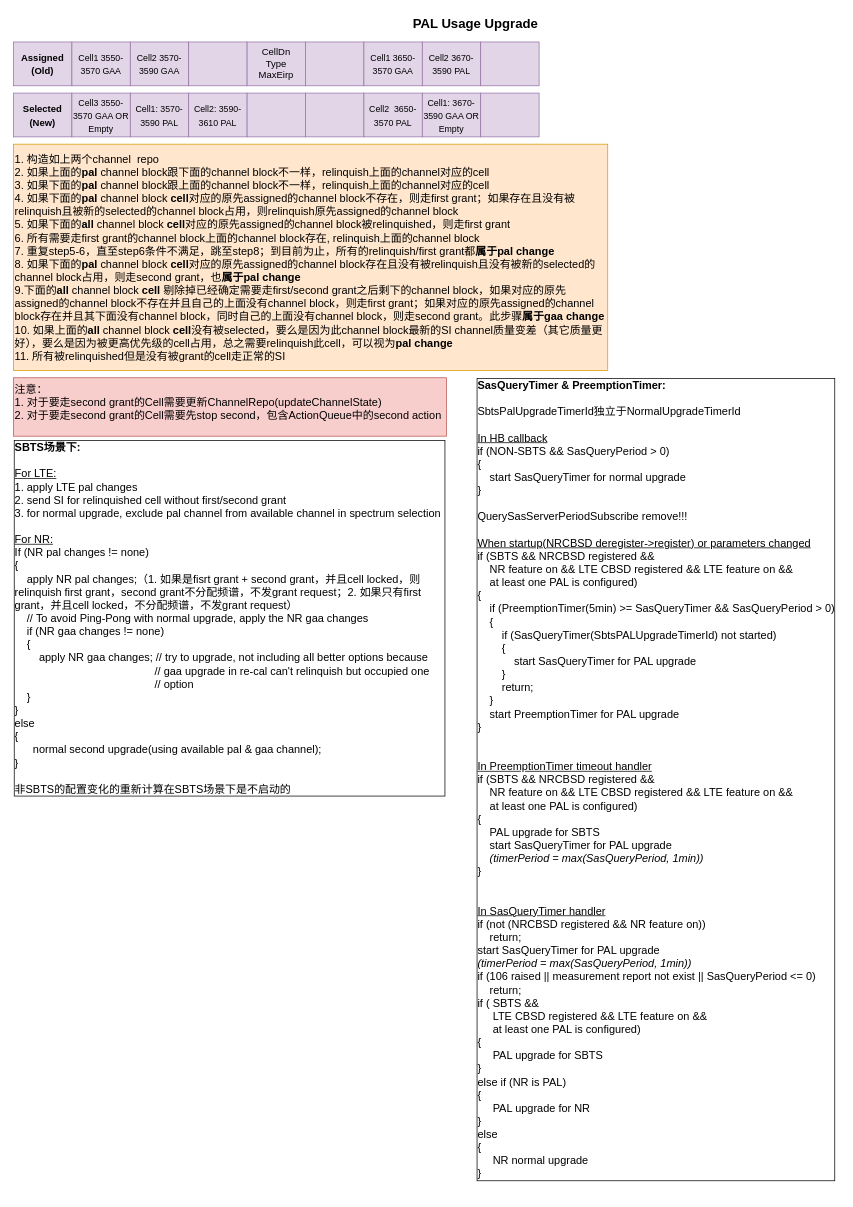
Before: Pal_Change_Algorithm.drawio in xdlhzdh/drawio, a draw.io diagram. Source tidied: cells renumbered, new cells numbered last; positions are measured from the earlier drawing's top-left corner, leaving out a move shared by most shapes. Both pictures are drawn from the tidied source at 73%, with x=0, y=0 at pixel (12, 12).
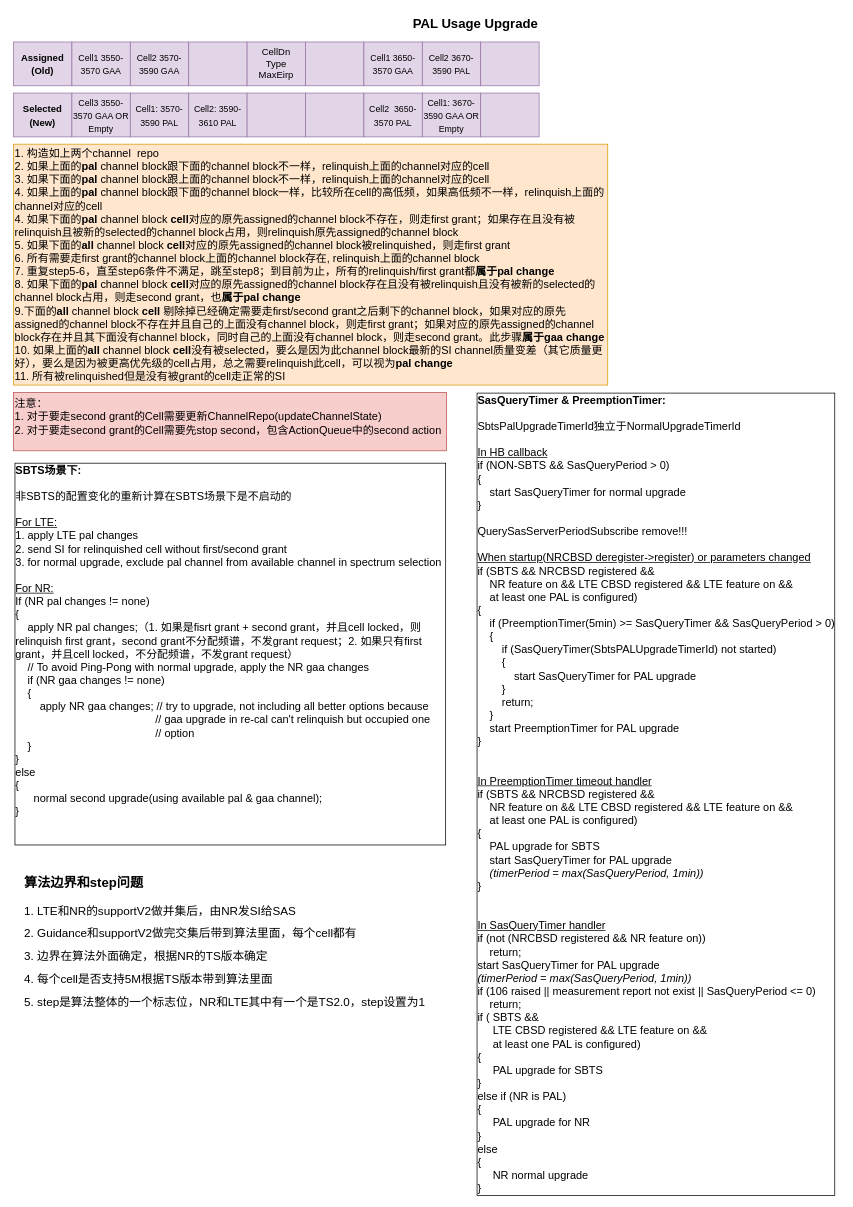
The same page after the edit.

Diff of the diagram source:
```diff
@@
-    <mxCell id="2" value="1. 构造如上两个channel&amp;nbsp; repo&lt;br&gt;2. 如果上面的&lt;b&gt;pal &lt;/b&gt;channel block跟下面的channel block不一样，relinquish上面的channel对应的cell&lt;br&gt;3. 如果下面的&lt;b&gt;pal &lt;/b&gt;channel block跟上面的channel block不一样，relinquish上面的channel对应的cell&lt;br&gt;4. 如果下面的&lt;b&gt;pal &lt;/b&gt;channel block &lt;b&gt;cell&lt;/b&gt;对应的原先assigned的channel block不存在，则走first grant；如果存在且没有被relinquish且被新的selected的channel block占用，则relinquish原先assigned的channel block&lt;br&gt;5. 如果下面的&lt;b&gt;all &lt;/b&gt;channel block &lt;b&gt;cell&lt;/b&gt;对应的原先assigned的channel block被relinquished，则走first grant&lt;br&gt;6. 所有需要走first grant的channel block上面的channel block存在, relinquish上面的channel block&lt;br&gt;7. 重复step5-6，直至step6条件不满足，跳至step8；到目前为止，所有的relinquish/first grant都&lt;b&gt;属于pal change&lt;/b&gt;&lt;br&gt;8. 如果下面的&lt;b&gt;pal &lt;/b&gt;channel block &lt;b&gt;cell&lt;/b&gt;对应的原先assigned的channel block存在且没有被relinquish且没有被新的selected的channel block占用，则走second grant，也&lt;b&gt;属于pal change&lt;/b&gt;&lt;br&gt;9.下面的&lt;b&gt;all &lt;/b&gt;channel block &lt;b&gt;cell &lt;/b&gt;剔除掉已经确定需要走first/second grant之后剩下的channel block，如果对应的原先assigned的channel block不存在并且自己的上面没有channel block，则走first grant；如果对应的原先assigned的channel block存在并且其下面没有channel block，同时自己的上面没有channel block，则走second grant。此步骤&lt;b&gt;属于gaa change&lt;/b&gt;&lt;br&gt;10. 如果上面的&lt;b&gt;all&amp;nbsp;&lt;/b&gt;channel block &lt;b&gt;cell&lt;/b&gt;没有被selected，要么是因为此channel block最新的SI channel质量变差（其它质量更好），要么是因为被更高优先级的cell占用，总之需要relinquish此cell，可以视为&lt;b&gt;pal change&lt;/b&gt;&lt;br&gt;11. 所有被relinquished但是没有被grant的cell走正常的SI" style="rounded=0;whiteSpace=wrap;html=1;align=left;fontSize=15;fillColor=#ffe6cc;strokeColor=#d79b00;fontFamily=Helvetica;" parent="1" vertex="1">
-      <mxGeometry x="1" y="180" width="814" height="310" as="geometry" />
+    <mxCell id="2" value="1. 构造如上两个channel&amp;nbsp; repo&lt;br&gt;2. 如果上面的&lt;b&gt;pal &lt;/b&gt;channel block跟下面的channel block不一样，relinquish上面的channel对应的cell&lt;br&gt;3. 如果下面的&lt;b&gt;pal &lt;/b&gt;channel block跟上面的channel block不一样，relinquish上面的channel对应的cell&lt;br&gt;4. 如果上面的&lt;b&gt;pal &lt;/b&gt;channel block跟下面的channel block一样，比较所在cell的高低频，如果高低频不一样，relinquish上面的channel对应的cell&lt;br&gt;4. 如果下面的&lt;b&gt;pal &lt;/b&gt;channel block &lt;b&gt;cell&lt;/b&gt;对应的原先assigned的channel block不存在，则走first grant；如果存在且没有被relinquish且被新的selected的channel block占用，则relinquish原先assigned的channel block&lt;br&gt;5. 如果下面的&lt;b&gt;all &lt;/b&gt;channel block &lt;b&gt;cell&lt;/b&gt;对应的原先assigned的channel block被relinquished，则走first grant&lt;br&gt;6. 所有需要走first grant的channel block上面的channel block存在, relinquish上面的channel block&lt;br&gt;7. 重复step5-6，直至step6条件不满足，跳至step8；到目前为止，所有的relinquish/first grant都&lt;b&gt;属于pal change&lt;/b&gt;&lt;br&gt;8. 如果下面的&lt;b&gt;pal &lt;/b&gt;channel block &lt;b&gt;cell&lt;/b&gt;对应的原先assigned的channel block存在且没有被relinquish且没有被新的selected的channel block占用，则走second grant，也&lt;b&gt;属于pal change&lt;/b&gt;&lt;br&gt;9.下面的&lt;b&gt;all &lt;/b&gt;channel block &lt;b&gt;cell &lt;/b&gt;剔除掉已经确定需要走first/second grant之后剩下的channel block，如果对应的原先assigned的channel block不存在并且自己的上面没有channel block，则走first grant；如果对应的原先assigned的channel block存在并且其下面没有channel block，同时自己的上面没有channel block，则走second grant。此步骤&lt;b&gt;属于gaa change&lt;/b&gt;&lt;br&gt;10. 如果上面的&lt;b&gt;all&amp;nbsp;&lt;/b&gt;channel block &lt;b&gt;cell&lt;/b&gt;没有被selected，要么是因为此channel block最新的SI channel质量变差（其它质量更好），要么是因为被更高优先级的cell占用，总之需要relinquish此cell，可以视为&lt;b&gt;pal change&lt;/b&gt;&lt;br&gt;11. 所有被relinquished但是没有被grant的cell走正常的SI" style="rounded=0;whiteSpace=wrap;html=1;align=left;fontSize=15;fillColor=#ffe6cc;strokeColor=#d79b00;fontFamily=Helvetica;" parent="1" vertex="1">
+      <mxGeometry x="1" y="180" width="814" height="330" as="geometry" />
     </mxCell>
@@
     <mxCell id="22" value="&lt;font style=&quot;font-size: 15px&quot;&gt;注意：&lt;br&gt;1. 对于要走second grant的Cell需要更新ChannelRepo(updateChannelState)&lt;br&gt;2. 对于要走second grant的Cell需要先stop second，包含ActionQueue中的second action&lt;br&gt;&lt;/font&gt;" style="text;html=1;strokeColor=#b85450;fillColor=#f8cecc;align=left;verticalAlign=top;whiteSpace=wrap;rounded=0;fontSize=14;fontFamily=Helvetica;" parent="1" vertex="1">
-      <mxGeometry x="1" y="500" width="593" height="80" as="geometry" />
+      <mxGeometry x="1" y="520" width="593" height="80" as="geometry" />
     </mxCell>
-    <mxCell id="23" value="&lt;font style=&quot;font-size: 15px;&quot;&gt;&lt;font style=&quot;font-size: 15px;&quot;&gt;&lt;b style=&quot;&quot;&gt;SBTS场景下:&lt;/b&gt;&lt;br style=&quot;&quot;&gt;&lt;br&gt;&lt;u style=&quot;&quot;&gt;For LTE:&lt;/u&gt;&lt;br style=&quot;&quot;&gt;1. apply LTE pal changes&lt;br style=&quot;&quot;&gt;2. send SI for relinquished cell without first/second grant&lt;br style=&quot;&quot;&gt;3. for normal upgrade, exclude pal channel from available channel in spectrum selection&amp;nbsp;&lt;br style=&quot;&quot;&gt;&lt;br style=&quot;&quot;&gt;&lt;u style=&quot;&quot;&gt;For NR:&lt;/u&gt;&lt;/font&gt;&lt;br style=&quot;&quot;&gt;If (NR pal changes != none)&lt;br style=&quot;&quot;&gt;{&lt;br style=&quot;&quot;&gt;&amp;nbsp; &amp;nbsp; apply NR pal changes;（1. 如果是fisrt grant + second grant，并且cell locked，则relinquish first grant，second grant不分配频谱，不发grant request；2. 如果只有first grant，并且cell locked，不分配频谱，不发grant request）&lt;br&gt;&amp;nbsp; &amp;nbsp; // To avoid Ping-Pong with normal upgrade, apply the&amp;nbsp;NR gaa changes&lt;br style=&quot;&quot;&gt;&amp;nbsp; &amp;nbsp; if (NR gaa changes != none)&lt;br style=&quot;&quot;&gt;&amp;nbsp; &amp;nbsp; {&lt;br style=&quot;&quot;&gt;&amp;nbsp; &amp;nbsp; &amp;nbsp; &amp;nbsp; apply NR gaa changes; // try to upgrade, not including all better options because&amp;nbsp;&lt;br&gt;&amp;nbsp; &amp;nbsp; &amp;nbsp; &amp;nbsp; &amp;nbsp; &amp;nbsp; &amp;nbsp; &amp;nbsp; &amp;nbsp; &amp;nbsp; &amp;nbsp; &amp;nbsp; &amp;nbsp; &amp;nbsp; &amp;nbsp; &amp;nbsp; &amp;nbsp; &amp;nbsp; &amp;nbsp; &amp;nbsp; &amp;nbsp; &amp;nbsp; &amp;nbsp; // gaa upgrade in re-cal can't relinquish but occupied one&amp;nbsp; &amp;nbsp; &amp;nbsp; &amp;nbsp; &amp;nbsp; &amp;nbsp; &amp;nbsp; &amp;nbsp; &amp;nbsp; &amp;nbsp; &amp;nbsp; &amp;nbsp; &amp;nbsp; &amp;nbsp; &amp;nbsp; &amp;nbsp; &amp;nbsp; &amp;nbsp; &amp;nbsp; &amp;nbsp; &amp;nbsp; &amp;nbsp; &amp;nbsp; &amp;nbsp; &amp;nbsp; &amp;nbsp; // option&lt;br style=&quot;&quot;&gt;&amp;nbsp; &amp;nbsp; }&lt;br style=&quot;&quot;&gt;}&lt;br style=&quot;&quot;&gt;else&lt;br style=&quot;&quot;&gt;{&lt;br style=&quot;&quot;&gt;&amp;nbsp; &amp;nbsp; &amp;nbsp; normal second upgrade(using available pal &amp;amp; gaa channel);&lt;br style=&quot;&quot;&gt;}&lt;br&gt;&lt;br&gt;非SBTS的配置变化的重新计算在SBTS场景下是不启动的&lt;br&gt;&lt;/font&gt;" style="text;html=1;strokeColor=none;fillColor=none;align=left;verticalAlign=top;whiteSpace=wrap;rounded=0;fontSize=14;fontFamily=Helvetica;labelBorderColor=default;labelBackgroundColor=none;sketch=0;shadow=0;glass=0;" parent="1" vertex="1">
-      <mxGeometry x="-0.5" y="579" width="593" height="511" as="geometry" />
+    <mxCell id="23" value="&lt;font style=&quot;font-size: 15px;&quot;&gt;&lt;font style=&quot;font-size: 15px;&quot;&gt;&lt;b style=&quot;&quot;&gt;SBTS场景下:&lt;/b&gt;&lt;br style=&quot;&quot;&gt;&lt;br&gt;非SBTS的配置变化的重新计算在SBTS场景下是不启动的&lt;br&gt;&lt;br&gt;&lt;u style=&quot;&quot;&gt;For LTE:&lt;/u&gt;&lt;br style=&quot;&quot;&gt;1. apply LTE pal changes&lt;br style=&quot;&quot;&gt;2. send SI for relinquished cell without first/second grant&lt;br style=&quot;&quot;&gt;3. for normal upgrade, exclude pal channel from available channel in spectrum selection&amp;nbsp;&lt;br style=&quot;&quot;&gt;&lt;br style=&quot;&quot;&gt;&lt;u style=&quot;&quot;&gt;For NR:&lt;/u&gt;&lt;/font&gt;&lt;br style=&quot;&quot;&gt;If (NR pal changes != none)&lt;br style=&quot;&quot;&gt;{&lt;br style=&quot;&quot;&gt;&amp;nbsp; &amp;nbsp; apply NR pal changes;（1. 如果是fisrt grant + second grant，并且cell locked，则relinquish first grant，second grant不分配频谱，不发grant request；2. 如果只有first grant，并且cell locked，不分配频谱，不发grant request）&lt;br&gt;&amp;nbsp; &amp;nbsp; // To avoid Ping-Pong with normal upgrade, apply the&amp;nbsp;NR gaa changes&lt;br style=&quot;&quot;&gt;&amp;nbsp; &amp;nbsp; if (NR gaa changes != none)&lt;br style=&quot;&quot;&gt;&amp;nbsp; &amp;nbsp; {&lt;br style=&quot;&quot;&gt;&amp;nbsp; &amp;nbsp; &amp;nbsp; &amp;nbsp; apply NR gaa changes; // try to upgrade, not including all better options because&amp;nbsp;&lt;br&gt;&amp;nbsp; &amp;nbsp; &amp;nbsp; &amp;nbsp; &amp;nbsp; &amp;nbsp; &amp;nbsp; &amp;nbsp; &amp;nbsp; &amp;nbsp; &amp;nbsp; &amp;nbsp; &amp;nbsp; &amp;nbsp; &amp;nbsp; &amp;nbsp; &amp;nbsp; &amp;nbsp; &amp;nbsp; &amp;nbsp; &amp;nbsp; &amp;nbsp; &amp;nbsp; // gaa upgrade in re-cal can't relinquish but occupied one&amp;nbsp; &amp;nbsp; &amp;nbsp; &amp;nbsp; &amp;nbsp; &amp;nbsp; &amp;nbsp; &amp;nbsp; &amp;nbsp; &amp;nbsp; &amp;nbsp; &amp;nbsp; &amp;nbsp; &amp;nbsp; &amp;nbsp; &amp;nbsp; &amp;nbsp; &amp;nbsp; &amp;nbsp; &amp;nbsp; &amp;nbsp; &amp;nbsp; &amp;nbsp; &amp;nbsp; &amp;nbsp; &amp;nbsp; // option&lt;br style=&quot;&quot;&gt;&amp;nbsp; &amp;nbsp; }&lt;br style=&quot;&quot;&gt;}&lt;br style=&quot;&quot;&gt;else&lt;br style=&quot;&quot;&gt;{&lt;br style=&quot;&quot;&gt;&amp;nbsp; &amp;nbsp; &amp;nbsp; normal second upgrade(using available pal &amp;amp; gaa channel);&lt;br style=&quot;&quot;&gt;}&lt;br&gt;&lt;br&gt;&lt;br&gt;&lt;/font&gt;" style="text;html=1;strokeColor=none;fillColor=none;align=left;verticalAlign=top;whiteSpace=wrap;rounded=0;fontSize=14;fontFamily=Helvetica;labelBorderColor=default;labelBackgroundColor=none;sketch=0;shadow=0;glass=0;" parent="1" vertex="1">
+      <mxGeometry x="1" y="610" width="593" height="540" as="geometry" />
     </mxCell>
     <mxCell id="24" value="&lt;div style=&quot;font-size: 15px;&quot;&gt;&lt;font style=&quot;font-size: 15px;&quot;&gt;&lt;b style=&quot;&quot;&gt;SasQueryTimer &amp;amp; PreemptionTimer:&lt;/b&gt;&lt;/font&gt;&lt;/div&gt;&lt;div style=&quot;font-size: 15px;&quot;&gt;&lt;br&gt;&lt;/div&gt;&lt;div style=&quot;font-size: 15px;&quot;&gt;&lt;font style=&quot;font-size: 15px;&quot;&gt;SbtsPalUpgradeTimerId独立于NormalUpgradeTimerId&lt;/font&gt;&lt;/div&gt;&lt;div style=&quot;font-size: 15px;&quot;&gt;&lt;font style=&quot;font-size: 15px;&quot;&gt;&lt;br&gt;&lt;/font&gt;&lt;/div&gt;&lt;div style=&quot;font-size: 15px;&quot;&gt;&lt;font style=&quot;font-size: 15px;&quot;&gt;&lt;u&gt;In HB callback&lt;/u&gt;&lt;/font&gt;&lt;/div&gt;&lt;div style=&quot;font-size: 15px;&quot;&gt;&lt;font style=&quot;font-size: 15px;&quot;&gt;if (NON-SBTS &amp;amp;&amp;amp; SasQueryPeriod &amp;gt; 0)&lt;/font&gt;&lt;/div&gt;&lt;div style=&quot;font-size: 15px;&quot;&gt;&lt;font style=&quot;font-size: 15px;&quot;&gt;{&lt;/font&gt;&lt;/div&gt;&lt;div style=&quot;font-size: 15px;&quot;&gt;&lt;font style=&quot;font-size: 15px;&quot;&gt;&amp;nbsp; &amp;nbsp; start SasQueryTimer for normal upgrade&lt;/font&gt;&lt;/div&gt;&lt;div style=&quot;font-size: 15px;&quot;&gt;&lt;font style=&quot;font-size: 15px;&quot;&gt;}&lt;/font&gt;&lt;/div&gt;&lt;div style=&quot;font-size: 15px;&quot;&gt;&lt;font style=&quot;font-size: 15px;&quot;&gt;&lt;br&gt;&lt;/font&gt;&lt;/div&gt;&lt;div style=&quot;font-size: 15px;&quot;&gt;&lt;font style=&quot;font-size: 15px;&quot;&gt;QuerySasServerPeriodSubscribe remove!!!&lt;/font&gt;&lt;/div&gt;&lt;div style=&quot;font-size: 15px;&quot;&gt;&lt;font style=&quot;font-size: 15px;&quot;&gt;&lt;br&gt;&lt;/font&gt;&lt;/div&gt;&lt;div style=&quot;font-size: 15px;&quot;&gt;&lt;font style=&quot;font-size: 15px;&quot;&gt;&lt;u&gt;When startup(NRCBSD deregister-&amp;gt;register) or parameters changed&lt;/u&gt;&lt;/font&gt;&lt;/div&gt;&lt;div style=&quot;font-size: 15px;&quot;&gt;&lt;div&gt;&lt;font style=&quot;font-size: 15px;&quot;&gt;if (SBTS &amp;amp;&amp;amp; NRCBSD registered &amp;amp;&amp;amp;&lt;/font&gt;&lt;/div&gt;&lt;font style=&quot;font-size: 15px;&quot;&gt;&amp;nbsp; &amp;nbsp; NR feature on &amp;amp;&amp;amp; LTE CBSD registered &amp;amp;&amp;amp; LTE feature on &amp;amp;&amp;amp;&lt;br&gt;&amp;nbsp; &amp;nbsp; at least one PAL is configured&lt;span style=&quot;background-color: initial;&quot;&gt;)&lt;/span&gt;&lt;br&gt;&lt;/font&gt;&lt;/div&gt;&lt;div style=&quot;font-size: 15px;&quot;&gt;&lt;font style=&quot;font-size: 15px;&quot;&gt;{&lt;/font&gt;&lt;/div&gt;&lt;div style=&quot;font-size: 15px;&quot;&gt;&lt;font style=&quot;font-size: 15px;&quot;&gt;&amp;nbsp; &amp;nbsp; if (PreemptionTimer(5min) &amp;gt;= SasQueryTimer &amp;amp;&amp;amp; SasQueryPeriod&amp;nbsp;&amp;gt; 0)&lt;/font&gt;&lt;/div&gt;&lt;div style=&quot;font-size: 15px;&quot;&gt;&lt;font style=&quot;font-size: 15px;&quot;&gt;&amp;nbsp; &amp;nbsp; {&lt;/font&gt;&lt;/div&gt;&lt;div style=&quot;font-size: 15px;&quot;&gt;&lt;font style=&quot;font-size: 15px;&quot;&gt;&amp;nbsp; &amp;nbsp; &amp;nbsp; &amp;nbsp; if (SasQueryTimer(SbtsPALUpgradeTimerId) not started)&lt;/font&gt;&lt;/div&gt;&lt;div style=&quot;font-size: 15px;&quot;&gt;&lt;font style=&quot;font-size: 15px;&quot;&gt;&amp;nbsp; &amp;nbsp; &amp;nbsp; &amp;nbsp; {&lt;/font&gt;&lt;/div&gt;&lt;div style=&quot;font-size: 15px;&quot;&gt;&lt;font style=&quot;font-size: 15px;&quot;&gt;&amp;nbsp; &amp;nbsp; &amp;nbsp; &amp;nbsp; &amp;nbsp; &amp;nbsp; start SasQueryTimer for PAL upgrade&lt;/font&gt;&lt;/div&gt;&lt;div style=&quot;font-size: 15px;&quot;&gt;&lt;font style=&quot;font-size: 15px;&quot;&gt;&amp;nbsp; &amp;nbsp; &amp;nbsp; &amp;nbsp; }&lt;/font&gt;&lt;/div&gt;&lt;div style=&quot;font-size: 15px;&quot;&gt;&lt;font style=&quot;font-size: 15px;&quot;&gt;&amp;nbsp; &amp;nbsp; &amp;nbsp; &amp;nbsp; return;&lt;/font&gt;&lt;/div&gt;&lt;div style=&quot;font-size: 15px;&quot;&gt;&lt;font style=&quot;font-size: 15px;&quot;&gt;&amp;nbsp; &amp;nbsp; }&lt;/font&gt;&lt;/div&gt;&lt;div style=&quot;font-size: 15px;&quot;&gt;&lt;font style=&quot;font-size: 15px;&quot;&gt;&amp;nbsp; &amp;nbsp; start PreemptionTimer for PAL upgrade&lt;/font&gt;&lt;/div&gt;&lt;div style=&quot;font-size: 15px;&quot;&gt;&lt;font style=&quot;font-size: 15px;&quot;&gt;}&lt;/font&gt;&lt;/div&gt;&lt;div style=&quot;font-size: 15px;&quot;&gt;&lt;font style=&quot;font-size: 15px;&quot;&gt;&lt;br&gt;&lt;/font&gt;&lt;/div&gt;&lt;div style=&quot;font-size: 15px;&quot;&gt;&lt;font style=&quot;font-size: 15px;&quot;&gt;&lt;br&gt;&lt;/font&gt;&lt;/div&gt;&lt;div style=&quot;font-size: 15px;&quot;&gt;&lt;font style=&quot;font-size: 15px;&quot;&gt;&lt;u&gt;In PreemptionTimer timeout handler&lt;/u&gt;&lt;/font&gt;&lt;/div&gt;&lt;div style=&quot;font-size: 15px;&quot;&gt;&lt;font style=&quot;font-size: 15px;&quot;&gt;if (SBTS &amp;amp;&amp;amp; NRCBSD registered &amp;amp;&amp;amp;&lt;/font&gt;&lt;/div&gt;&lt;font style=&quot;font-size: 15px;&quot;&gt;&amp;nbsp; &amp;nbsp; NR feature on &amp;amp;&amp;amp; LTE CBSD registered &amp;amp;&amp;amp; LTE feature on &amp;amp;&amp;amp;&lt;br&gt;&amp;nbsp; &amp;nbsp; at least one PAL is configured&lt;span style=&quot;background-color: initial;&quot;&gt;)&lt;/span&gt;&lt;br&gt;&lt;/font&gt;&lt;div style=&quot;font-size: 15px;&quot;&gt;&lt;font style=&quot;font-size: 15px;&quot;&gt;{&lt;/font&gt;&lt;/div&gt;&lt;div style=&quot;font-size: 15px;&quot;&gt;&lt;font style=&quot;font-size: 15px;&quot;&gt;&amp;nbsp; &amp;nbsp; PAL upgrade for SBTS&lt;/font&gt;&lt;/div&gt;&lt;div style=&quot;font-size: 15px;&quot;&gt;&lt;font style=&quot;font-size: 15px;&quot;&gt;&amp;nbsp; &amp;nbsp; start SasQueryTimer for PAL upgrade&amp;nbsp;&lt;/font&gt;&lt;/div&gt;&lt;div style=&quot;font-size: 15px;&quot;&gt;&lt;font style=&quot;font-size: 15px;&quot;&gt;&amp;nbsp; &amp;nbsp; &lt;i&gt;(timerPeriod = max(SasQueryPeriod, 1min))&lt;/i&gt;&lt;/font&gt;&lt;/div&gt;&lt;div style=&quot;font-size: 15px;&quot;&gt;&lt;font style=&quot;font-size: 15px;&quot;&gt;}&lt;/font&gt;&lt;/div&gt;&lt;div style=&quot;font-size: 15px;&quot;&gt;&lt;font style=&quot;font-size: 15px;&quot;&gt;&lt;br&gt;&lt;/font&gt;&lt;/div&gt;&lt;div style=&quot;font-size: 15px;&quot;&gt;&lt;font style=&quot;font-size: 15px;&quot;&gt;&lt;br&gt;&lt;/font&gt;&lt;/div&gt;&lt;div style=&quot;font-size: 15px;&quot;&gt;&lt;font style=&quot;font-size: 15px;&quot;&gt;&lt;u&gt;In SasQueryTimer handler&lt;/u&gt;&lt;/font&gt;&lt;/div&gt;&lt;div style=&quot;font-size: 15px;&quot;&gt;&lt;div&gt;&lt;font style=&quot;font-size: 15px;&quot;&gt;if (not (NRCBSD registered &amp;amp;&amp;amp; NR feature on))&lt;/font&gt;&lt;/div&gt;&lt;div&gt;&lt;font style=&quot;font-size: 15px;&quot;&gt;&amp;nbsp; &amp;nbsp; return;&lt;/font&gt;&lt;/div&gt;&lt;div&gt;&lt;font style=&quot;font-size: 15px;&quot;&gt;start SasQueryTimer for PAL upgrade&lt;/font&gt;&lt;/div&gt;&lt;div&gt;&lt;font style=&quot;font-size: 15px;&quot;&gt;&lt;i style=&quot;&quot;&gt;(timerPeriod = max(SasQueryPeriod, 1min))&lt;/i&gt;&lt;/font&gt;&lt;/div&gt;&lt;div&gt;&lt;font style=&quot;font-size: 15px;&quot;&gt;if (106 raised || measurement report not exist ||&amp;nbsp;&lt;/font&gt;&lt;span style=&quot;background-color: initial;&quot;&gt;SasQueryPeriod &amp;lt;= 0)&lt;/span&gt;&lt;/div&gt;&lt;div&gt;&lt;font style=&quot;font-size: 15px;&quot;&gt;&amp;nbsp; &amp;nbsp; return;&lt;/font&gt;&lt;/div&gt;&lt;div&gt;&lt;font style=&quot;font-size: 15px;&quot;&gt;if ( SBTS &amp;amp;&amp;amp;&lt;/font&gt;&lt;/div&gt;&lt;div&gt;&lt;font style=&quot;font-size: 15px;&quot;&gt;&amp;nbsp; &amp;nbsp; &amp;nbsp;LTE CBSD registered &amp;amp;&amp;amp; LTE feature on &amp;amp;&amp;amp;&lt;/font&gt;&lt;/div&gt;&lt;div&gt;&lt;font style=&quot;font-size: 15px;&quot;&gt;&amp;nbsp; &amp;nbsp; &amp;nbsp;at least one PAL is configured)&lt;/font&gt;&lt;/div&gt;&lt;div&gt;&lt;font style=&quot;font-size: 15px;&quot;&gt;{&lt;/font&gt;&lt;/div&gt;&lt;div&gt;&lt;font style=&quot;font-size: 15px;&quot;&gt;&amp;nbsp; &amp;nbsp; &amp;nbsp;PAL upgrade for SBTS&lt;/font&gt;&lt;/div&gt;&lt;div&gt;&lt;font style=&quot;font-size: 15px;&quot;&gt;}&lt;/font&gt;&lt;/div&gt;&lt;div&gt;&lt;font style=&quot;font-size: 15px;&quot;&gt;else if (NR is PAL)&lt;/font&gt;&lt;/div&gt;&lt;div&gt;&lt;font style=&quot;font-size: 15px;&quot;&gt;{&lt;/font&gt;&lt;/div&gt;&lt;div&gt;&lt;font style=&quot;font-size: 15px;&quot;&gt;&amp;nbsp; &amp;nbsp; &amp;nbsp;PAL upgrade for NR&lt;/font&gt;&lt;/div&gt;&lt;div&gt;&lt;font style=&quot;font-size: 15px;&quot;&gt;}&lt;/font&gt;&lt;/div&gt;&lt;div&gt;&lt;font style=&quot;font-size: 15px;&quot;&gt;else&lt;/font&gt;&lt;/div&gt;&lt;div&gt;&lt;font style=&quot;font-size: 15px;&quot;&gt;{&lt;/font&gt;&lt;/div&gt;&lt;div&gt;&lt;font style=&quot;font-size: 15px;&quot;&gt;&amp;nbsp; &amp;nbsp; &amp;nbsp;NR normal upgrade&lt;/font&gt;&lt;/div&gt;&lt;div&gt;&lt;font style=&quot;font-size: 15px;&quot;&gt;}&lt;/font&gt;&lt;/div&gt;&lt;/div&gt;" style="text;html=1;strokeColor=none;fillColor=none;align=left;verticalAlign=middle;whiteSpace=wrap;rounded=0;sketch=0;shadow=0;labelBorderColor=default;" parent="1" vertex="1">
-      <mxGeometry x="634" y="500" width="500" height="1100" as="geometry" />
+      <mxGeometry x="634" y="520" width="500" height="1100" as="geometry" />
     </mxCell>
+    <mxCell id="25" value="&lt;h1&gt;&lt;font style=&quot;font-size: 18px;&quot;&gt;算法边界和step问题&lt;/font&gt;&lt;/h1&gt;&lt;p&gt;&lt;font size=&quot;3&quot;&gt;1. LTE和NR的supportV2做并集后，由NR发SI给SAS&lt;/font&gt;&lt;/p&gt;&lt;p&gt;&lt;font size=&quot;3&quot;&gt;2. Guidance和supportV2做完交集后带到算法里面，每个cell都有&lt;/font&gt;&lt;/p&gt;&lt;p&gt;&lt;font size=&quot;3&quot;&gt;3.&amp;nbsp;边界在算法外面确定，根据NR的TS版本确定&lt;/font&gt;&lt;/p&gt;&lt;p&gt;&lt;font size=&quot;3&quot;&gt;&lt;span style=&quot;background-color: initial;&quot;&gt;4. 每个cell是否支持5M根据TS版本带到算法里面&lt;/span&gt;&lt;span style=&quot;background-color: initial;&quot;&gt;&amp;nbsp; &amp;nbsp; &amp;nbsp; &amp;nbsp; &amp;nbsp; &amp;nbsp; &amp;nbsp; &amp;nbsp; &amp;nbsp; &amp;nbsp; &amp;nbsp; &amp;nbsp; &amp;nbsp; &amp;nbsp; &amp;nbsp; &amp;nbsp; &amp;nbsp; &amp;nbsp; &amp;nbsp; &amp;nbsp;&amp;nbsp;&lt;/span&gt;&lt;/font&gt;&lt;/p&gt;&lt;font size=&quot;3&quot;&gt;5. step是算法整体的一个标志位，NR和LTE其中有一个是TS2.0，step设置为1&amp;nbsp;&lt;/font&gt;" style="text;html=1;strokeColor=none;fillColor=none;spacing=5;spacingTop=-20;whiteSpace=wrap;overflow=hidden;rounded=0;" parent="1" vertex="1">
+      <mxGeometry x="11" y="1170" width="593" height="210" as="geometry" />
+    </mxCell>
```
